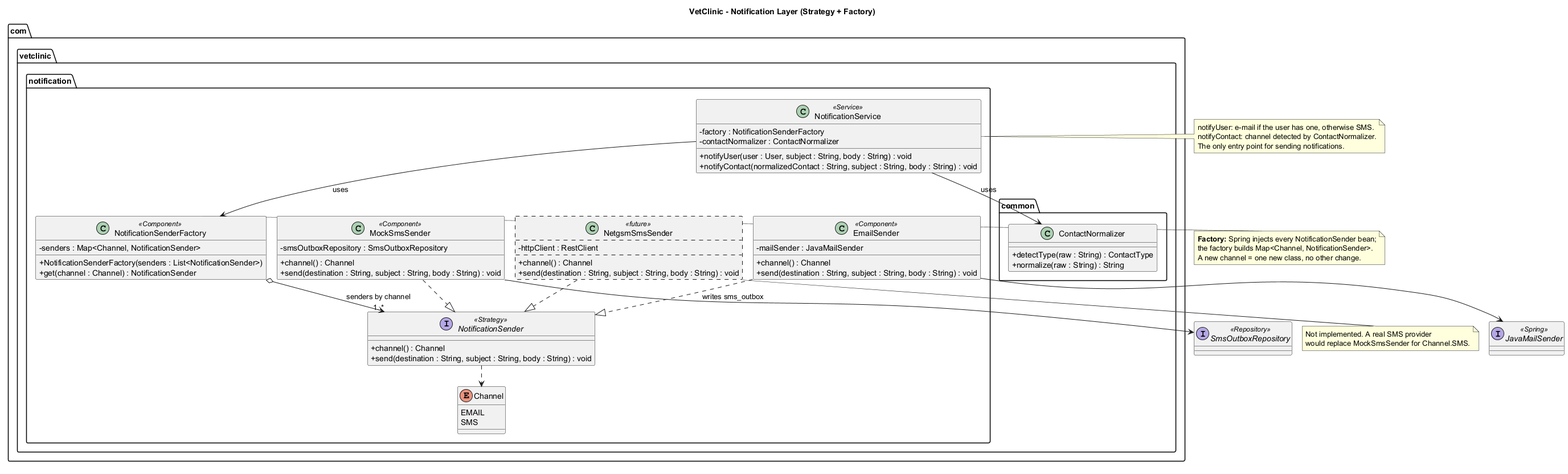
This is docs/uml/png/class-notification.png from yusufBahadirAvci/Vet_Clinic_Project, a PlantUML export, as it was before one commit. Its diagram source:
```plantuml
@startuml class-notification
!pragma layout smetana
title VetClinic - Notification Layer (Strategy + Factory)

skinparam classAttributeIconSize 0

package "com.vetclinic.notification" {
  class NotificationService <<Service>> {
    - factory : NotificationSenderFactory
    - contactNormalizer : ContactNormalizer
    + notifyUser(user : User, subject : String, body : String) : void
    + notifyContact(normalizedContact : String, subject : String, body : String) : void
  }

  class NotificationSenderFactory <<Component>> {
    - senders : Map<Channel, NotificationSender>
    + NotificationSenderFactory(senders : List<NotificationSender>)
    + get(channel : Channel) : NotificationSender
  }

  interface NotificationSender <<Strategy>> {
    + channel() : Channel
    + send(destination : String, subject : String, body : String) : void
  }

  class EmailSender <<Component>> {
    - mailSender : JavaMailSender
    + channel() : Channel
    + send(destination : String, subject : String, body : String) : void
  }

  class MockSmsSender <<Component>> {
    - smsOutboxRepository : SmsOutboxRepository
    + channel() : Channel
    + send(destination : String, subject : String, body : String) : void
  }

  class NetgsmSmsSender <<future>> #line.dashed {
    - httpClient : RestClient
    + channel() : Channel
    + send(destination : String, subject : String, body : String) : void
  }

  enum Channel {
    EMAIL
    SMS
  }
}

package "com.vetclinic.common" {
  class ContactNormalizer {
    + detectType(raw : String) : ContactType
    + normalize(raw : String) : String
  }
}

interface JavaMailSender <<Spring>>
interface SmsOutboxRepository <<Repository>>

NotificationService --> NotificationSenderFactory : uses
NotificationService --> ContactNormalizer : uses
NotificationSenderFactory o--> "1..*" NotificationSender : senders by channel
NotificationSender ..> Channel

EmailSender ..|> NotificationSender
MockSmsSender ..|> NotificationSender
NetgsmSmsSender .[dashed].|> NotificationSender

EmailSender --> JavaMailSender
MockSmsSender --> SmsOutboxRepository : writes sms_outbox

note right of NotificationSenderFactory
  **Factory:** Spring injects every NotificationSender bean;
  the factory builds Map<Channel, NotificationSender>.
  A new channel = one new class, no other change.
end note

note bottom of NetgsmSmsSender
  Not implemented. A real SMS provider
  would replace MockSmsSender for Channel.SMS.
end note

note left of NotificationService
  notifyUser: e-mail if the user has one, otherwise SMS.
  notifyContact: channel detected by ContactNormalizer.
  The only entry point for sending notifications.
end note

@enduml
```
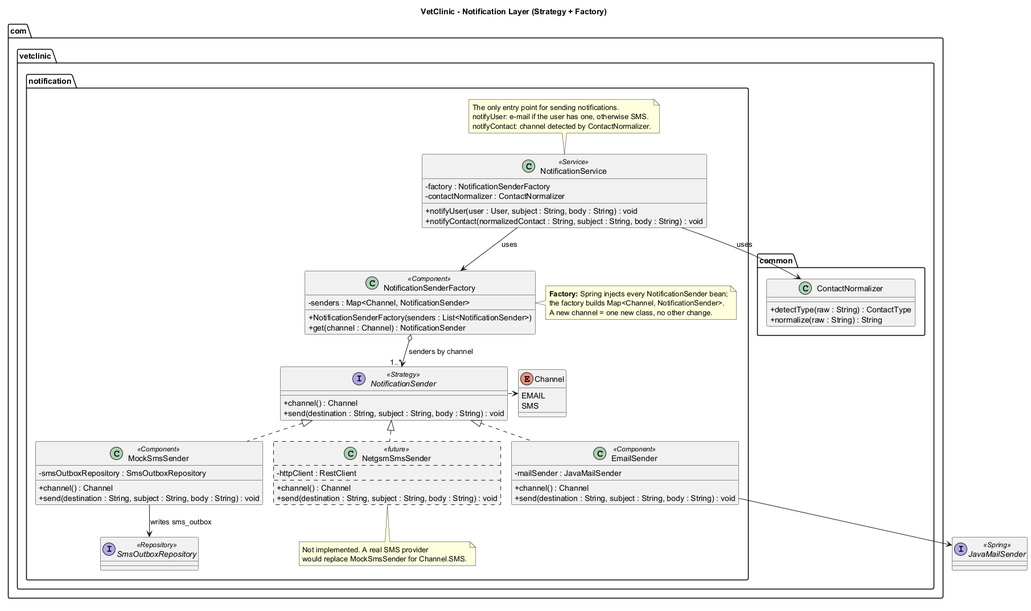
Later version of the same file.

Commit message:
docs: show enum CHECK constraints in ER diagram, tidy notification diagram

What changed in the source:
```diff
@@ -3,6 +3,13 @@
 title VetClinic - Notification Layer (Strategy + Factory)
 
 skinparam classAttributeIconSize 0
+
+package "com.vetclinic.common" {
+  class ContactNormalizer {
+    + detectType(raw : String) : ContactType
+    + normalize(raw : String) : String
+  }
+}
 
 package "com.vetclinic.notification" {
   class NotificationService <<Service>> {
@@ -11,16 +18,31 @@
     + notifyUser(user : User, subject : String, body : String) : void
     + notifyContact(normalizedContact : String, subject : String, body : String) : void
   }
+  note top of NotificationService
+    The only entry point for sending notifications.
+    notifyUser: e-mail if the user has one, otherwise SMS.
+    notifyContact: channel detected by ContactNormalizer.
+  end note
 
   class NotificationSenderFactory <<Component>> {
     - senders : Map<Channel, NotificationSender>
     + NotificationSenderFactory(senders : List<NotificationSender>)
     + get(channel : Channel) : NotificationSender
   }
+  note right of NotificationSenderFactory
+    **Factory:** Spring injects every NotificationSender bean;
+    the factory builds Map<Channel, NotificationSender>.
+    A new channel = one new class, no other change.
+  end note
 
   interface NotificationSender <<Strategy>> {
     + channel() : Channel
     + send(destination : String, subject : String, body : String) : void
+  }
+
+  enum Channel {
+    EMAIL
+    SMS
   }
 
   class EmailSender <<Component>> {
@@ -40,50 +62,26 @@
     + channel() : Channel
     + send(destination : String, subject : String, body : String) : void
   }
+  note bottom of NetgsmSmsSender
+    Not implemented. A real SMS provider
+    would replace MockSmsSender for Channel.SMS.
+  end note
 
-  enum Channel {
-    EMAIL
-    SMS
-  }
-}
-
-package "com.vetclinic.common" {
-  class ContactNormalizer {
-    + detectType(raw : String) : ContactType
-    + normalize(raw : String) : String
-  }
+  interface SmsOutboxRepository <<Repository>>
 }
 
 interface JavaMailSender <<Spring>>
-interface SmsOutboxRepository <<Repository>>
 
+NotificationService --> ContactNormalizer : uses
 NotificationService --> NotificationSenderFactory : uses
-NotificationService --> ContactNormalizer : uses
 NotificationSenderFactory o--> "1..*" NotificationSender : senders by channel
-NotificationSender ..> Channel
+NotificationSender .right.> Channel
 
-EmailSender ..|> NotificationSender
-MockSmsSender ..|> NotificationSender
-NetgsmSmsSender .[dashed].|> NotificationSender
+EmailSender .up.|> NotificationSender
+MockSmsSender .up.|> NotificationSender
+NetgsmSmsSender .up[dashed].|> NotificationSender
 
 EmailSender --> JavaMailSender
 MockSmsSender --> SmsOutboxRepository : writes sms_outbox
 
-note right of NotificationSenderFactory
-  **Factory:** Spring injects every NotificationSender bean;
-  the factory builds Map<Channel, NotificationSender>.
-  A new channel = one new class, no other change.
-end note
-
-note bottom of NetgsmSmsSender
-  Not implemented. A real SMS provider
-  would replace MockSmsSender for Channel.SMS.
-end note
-
-note left of NotificationService
-  notifyUser: e-mail if the user has one, otherwise SMS.
-  notifyContact: channel detected by ContactNormalizer.
-  The only entry point for sending notifications.
-end note
-
 @enduml
```
